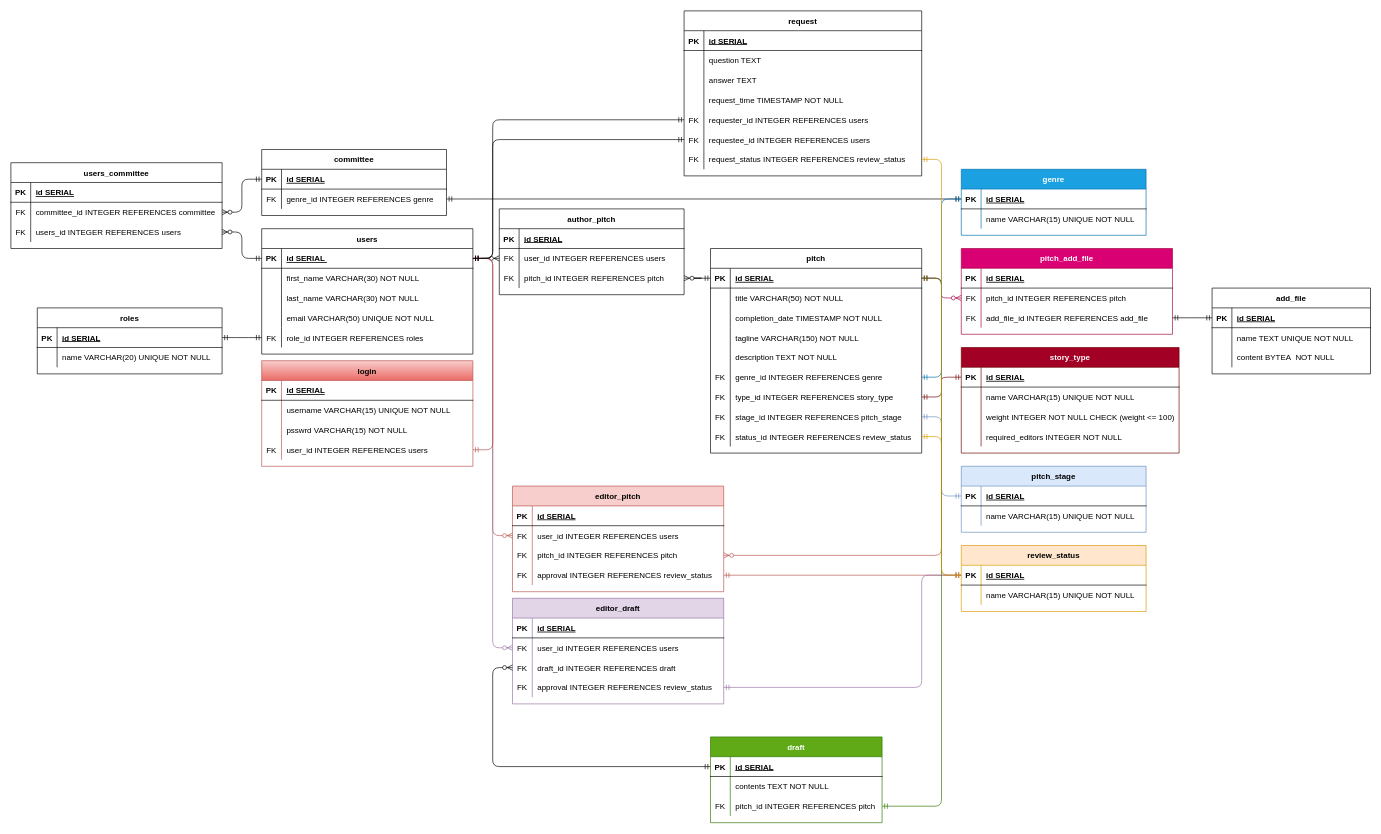
This is Project1/SPMS_ERD.drawio from irtalla/2011-nov9-usf, a draw.io file, before an edit. Source tidied: cells renumbered, new cells numbered last; positions are measured from the earlier drawing's top-left corner, leaving out a move shared by most shapes. Both pictures are drawn from the tidied source at 66%, with x=0, y=0 at pixel (11, 11).
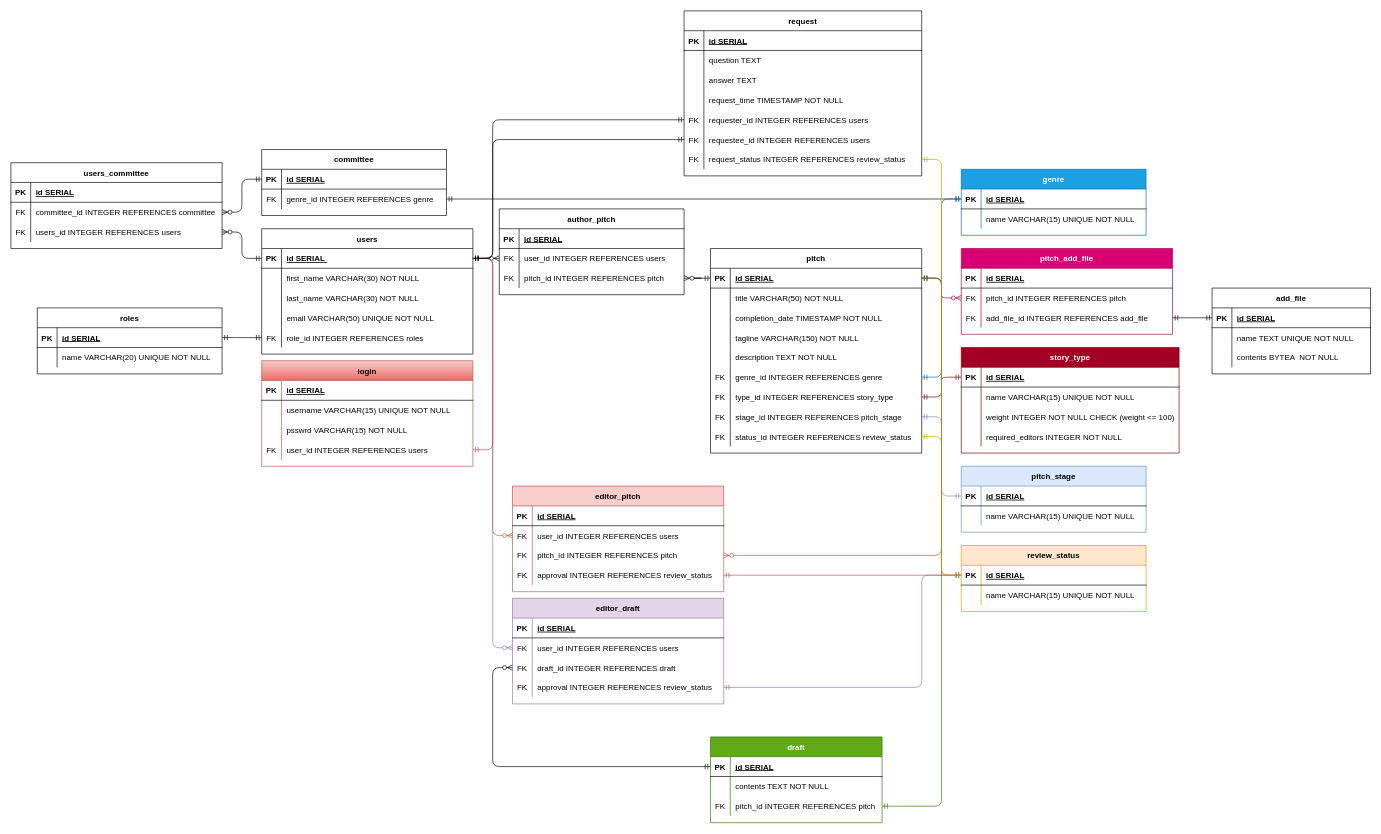
The same diagram, later.

Commit message (it also covers changes not shown here):
updated SPMS_ERD

Unchanged cells that the change refers to:
```xml
<mxCell id="132" style="shape=partialRectangle;fillColor=none;top=0;left=0;bottom=0;right=0;" parent="125" vertex="1">
  <mxGeometry y="90" width="240" height="30" as="geometry" />
</mxCell>
```

Diff of the diagram source:
```diff
@@
-    <mxCell id="134" value="content BYTEA  NOT NULL" style="shape=partialRectangle;fillColor=none;top=0;left=0;bottom=0;right=0;align=left;spacingLeft=6;overflow=hidden;" parent="132" vertex="1">
+    <mxCell id="134" value="contents BYTEA  NOT NULL" style="shape=partialRectangle;fillColor=none;top=0;left=0;bottom=0;right=0;align=left;spacingLeft=6;overflow=hidden;" parent="132" vertex="1">
       <mxGeometry x="30" width="210" height="30" as="geometry" />
     </mxCell>
```
